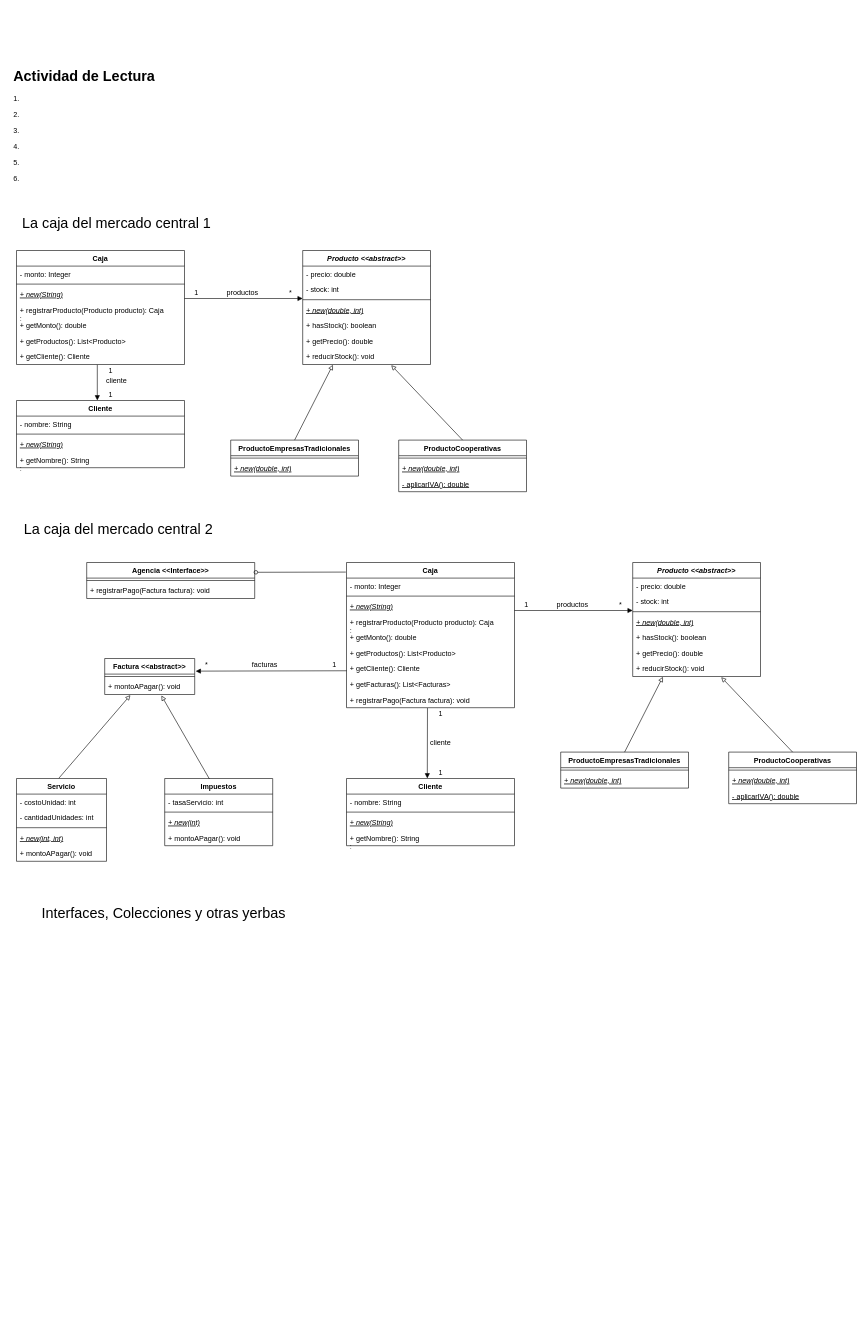
Before: TP-Clases-Interfaces/tp-clases-interfaces-UML.drawio in dkippes/Programacion-Orientada-Objetos-2, a draw.io diagram. Source tidied: cells renumbered, new cells numbered last; positions are measured from the earlier drawing's top-left corner, leaving out a move shared by most shapes. Both pictures are drawn from the tidied source at 60%, with x=0, y=0 at pixel (10, 64).
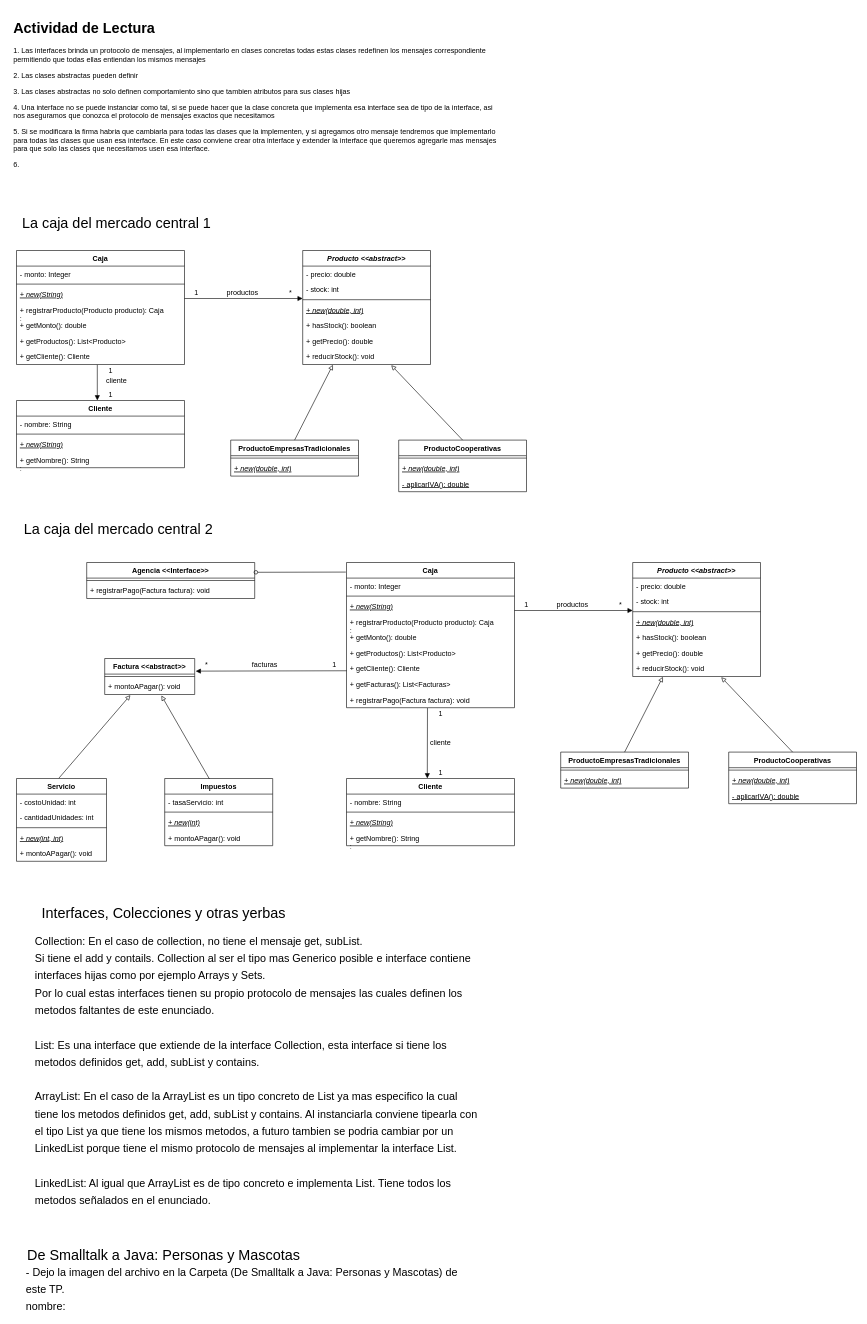
The same page after the edit.

Diff of the diagram source:
```diff
@@
-    <mxCell id="2" value="&lt;h1&gt;Actividad de Lectura&lt;/h1&gt;&lt;p&gt;1.&lt;/p&gt;&lt;p&gt;2.&lt;/p&gt;&lt;p&gt;3.&lt;/p&gt;&lt;p&gt;4.&lt;/p&gt;&lt;p&gt;5.&lt;/p&gt;&lt;p&gt;6.&lt;/p&gt;" style="text;html=1;strokeColor=none;fillColor=none;spacing=5;spacingTop=-20;whiteSpace=wrap;overflow=hidden;rounded=0;" parent="1" vertex="1">
-      <mxGeometry width="820" height="220" as="geometry" />
+    <mxCell id="2" value="&lt;h1&gt;Actividad de Lectura&lt;/h1&gt;&lt;p&gt;1. Las interfaces brinda un protocolo de mensajes, al implementarlo en clases concretas todas estas clases redefinen los mensajes correspondiente permitiendo que todas ellas entiendan los mismos mensajes&lt;/p&gt;&lt;p&gt;2. Las clases abstractas pueden definir&amp;nbsp;&lt;/p&gt;&lt;p&gt;3. Las clases abstractas no solo definen comportamiento sino que tambien atributos para sus clases hijas&lt;/p&gt;&lt;p&gt;4. Una interface no se puede instanciar como tal, si se puede hacer que la clase concreta que implementa esa interface sea de tipo de la interface, asi nos aseguramos que conozca el protocolo de mensajes exactos que necesitamos&lt;/p&gt;&lt;p&gt;5. Si se modificara la firma habria que cambiarla para todas las clases que la implementen, y si agregamos otro mensaje tendremos que implementarlo para todas las clases que usan esa interface. En este caso conviene crear otra interface y extender la interface que queremos agregarle mas mensajes para que solo las clases que necesitamos usen esa interface.&lt;/p&gt;&lt;p&gt;6.&lt;/p&gt;" style="text;html=1;strokeColor=none;fillColor=none;spacing=5;spacingTop=-20;whiteSpace=wrap;overflow=hidden;rounded=0;" parent="1" vertex="1">
+      <mxGeometry y="-80" width="820" height="320" as="geometry" />
     </mxCell>
@@
+    <mxCell id="108" value="&lt;font style=&quot;font-size: 18px&quot;&gt;Collection: En el caso de collection, no tiene el mensaje get, subList.&lt;br&gt;Si tiene el add y contails. Collection al ser el tipo mas Generico posible e interface contiene interfaces hijas como por ejemplo Arrays y Sets.&lt;br&gt;Por lo cual estas interfaces tienen su propio protocolo de mensajes las cuales definen los metodos faltantes de este enunciado.&lt;br&gt;&lt;br&gt;List: Es una interface que extiende de la interface Collection, esta interface si tiene los metodos definidos get, add, subList y contains.&lt;br&gt;&lt;br&gt;ArrayList: En el caso de la ArrayList es un tipo concreto de List ya mas especifico la cual tiene los metodos definidos get, add, subList y contains. Al instanciarla conviene tipearla con el tipo List ya que tiene los mismos metodos, a futuro tambien se podria cambiar por un LinkedList porque tiene el mismo protocolo de mensajes al implementar la interface List.&lt;br&gt;&lt;br&gt;LinkedList: Al igual que ArrayList es de tipo concreto e implementa List. Tiene todos los metodos señalados en el enunciado.&lt;br&gt;&lt;br&gt;&lt;/font&gt;" style="text;html=1;strokeColor=none;fillColor=none;align=left;verticalAlign=middle;whiteSpace=wrap;rounded=0;fontSize=24;" parent="1" vertex="1">
+      <mxGeometry x="39" y="1670" width="750" height="40" as="geometry" />
+    </mxCell>
+    <mxCell id="109" value="&lt;font style=&quot;font-size: 24px&quot;&gt;De Smalltalk a Java: Personas y Mascotas&lt;/font&gt;" style="text;html=1;strokeColor=none;fillColor=none;align=center;verticalAlign=middle;whiteSpace=wrap;rounded=0;" parent="1" vertex="1">
+      <mxGeometry x="24" y="1970" width="463" height="30" as="geometry" />
+    </mxCell>
+    <mxCell id="110" value="&lt;font style=&quot;font-size: 18px&quot;&gt;- Dejo la imagen del archivo en la Carpeta (De Smalltalk a Java: Personas y Mascotas) de este TP.&lt;br&gt;nombre:&amp;nbsp;&lt;br&gt;&lt;/font&gt;" style="text;html=1;strokeColor=none;fillColor=none;align=left;verticalAlign=middle;whiteSpace=wrap;rounded=0;fontSize=24;" parent="1" vertex="1">
+      <mxGeometry x="24" y="2020" width="750" height="40" as="geometry" />
+    </mxCell>
```
